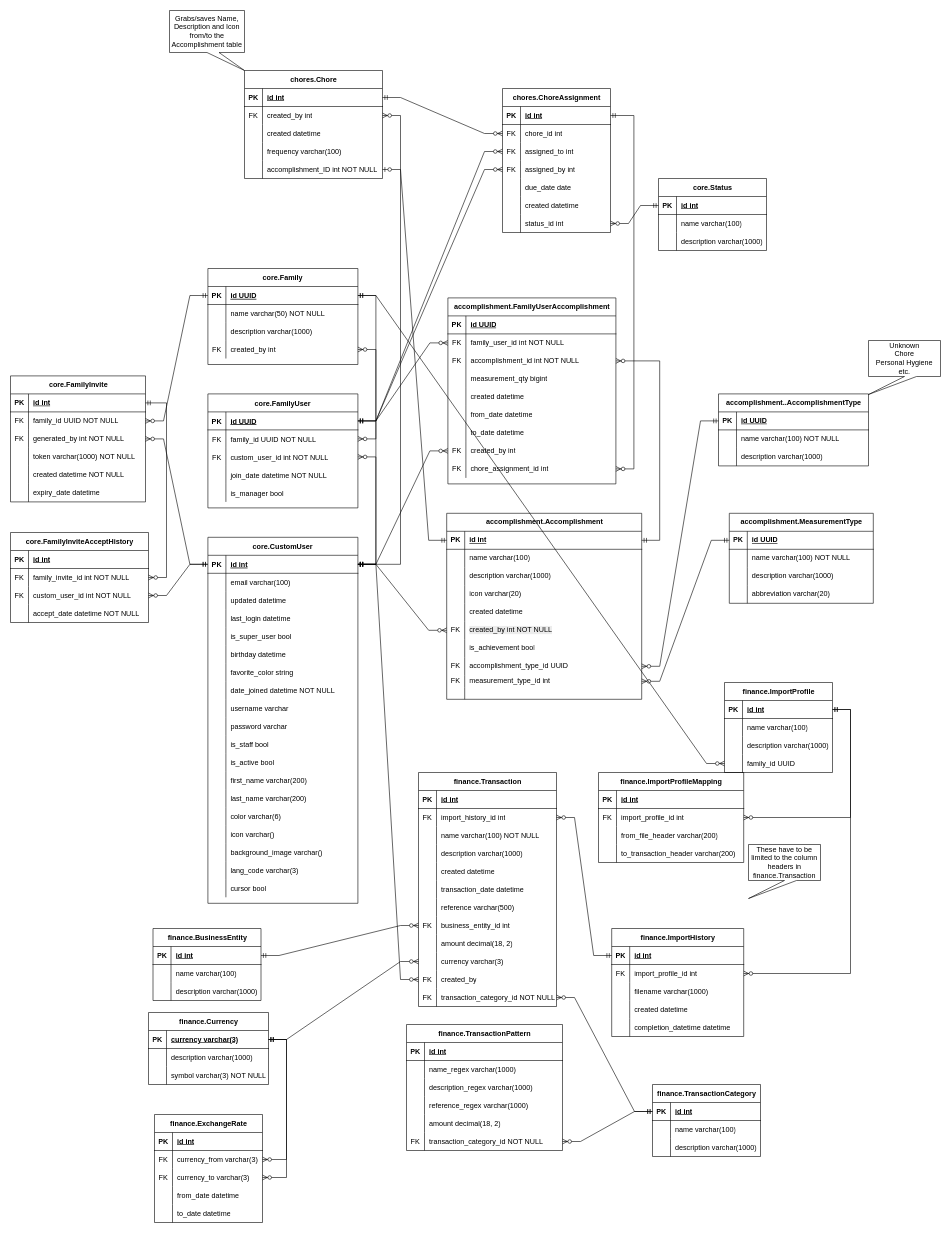
Above: documentation/erds/FamilyThingsERD.drawio in WimpieRatte/FamilyThings (draw.io), before the change. Source tidied: cells renumbered, new cells numbered last; positions are measured from the earlier drawing's top-left corner, leaving out a move shared by most shapes. Both pictures are drawn from the tidied source at 60%, with x=0, y=0 at pixel (10, 10).
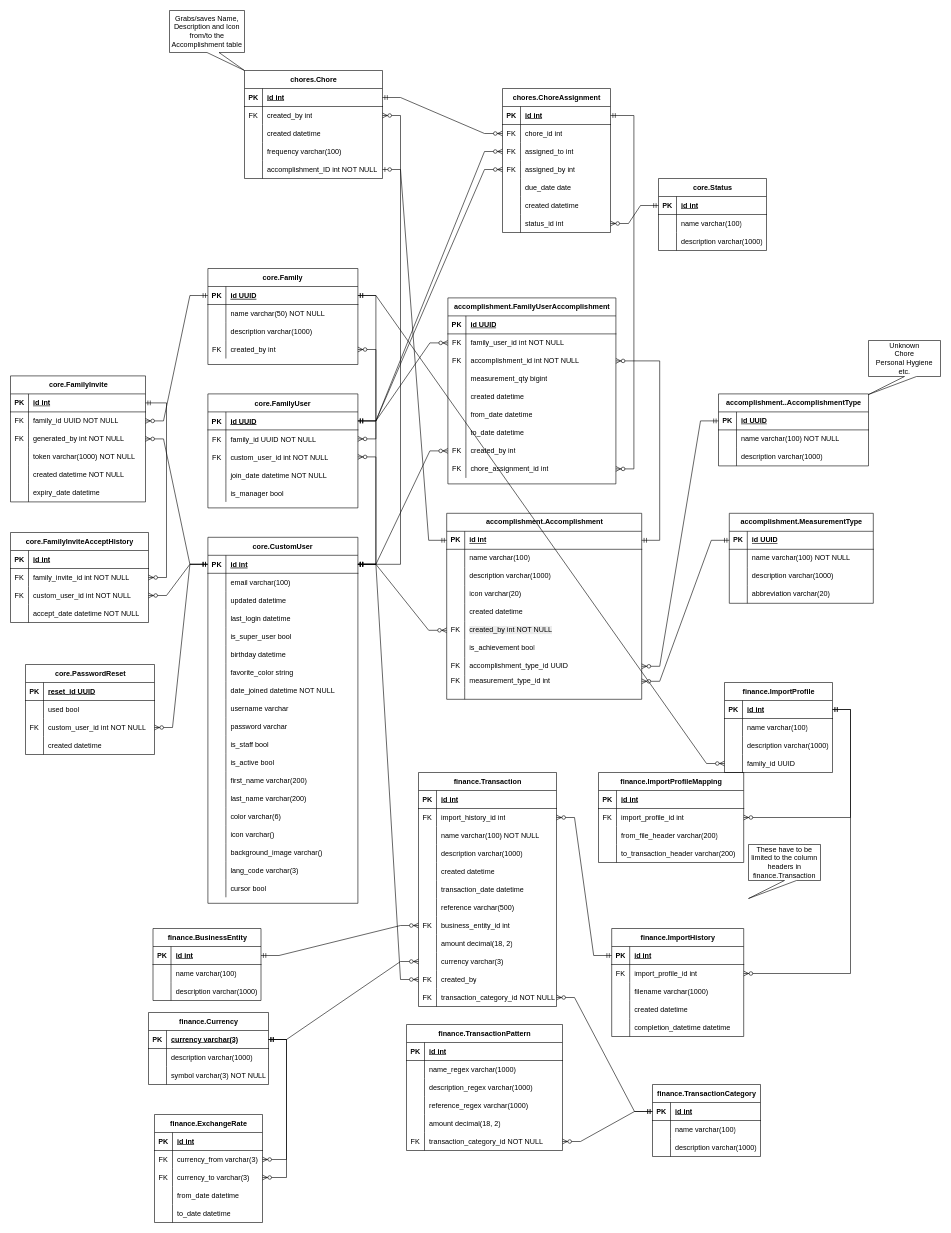
The same diagram, later.

Unchanged cells that the change refers to:
```xml
<mxCell id="19" style="shape=partialRectangle;fillColor=none;points=[[0,0.5],[1,0.5]];portConstraint=eastwest;top=0;left=0;right=0;bottom=1;" parent="18" vertex="1">
  <mxGeometry y="30" width="250" height="30" as="geometry" />
</mxCell>
```

Change to the diagram source:
```diff
@@
+    <mxCell id="429" value="core.PasswordReset" style="shape=table;startSize=30;childLayout=tableLayout;rowLines=0;fontStyle=1;align=center;html=1;" parent="1" vertex="1">
+      <mxGeometry x="25" y="1090" width="215" height="150" as="geometry" />
+    </mxCell>
+    <mxCell id="430" style="shape=tableRow;horizontal=0;startSize=0;swimlaneHead=0;swimlaneBody=0;fillColor=none;top=0;left=0;right=0;bottom=1;" parent="429" vertex="1">
+      <mxGeometry y="30" width="215" height="30" as="geometry" />
+    </mxCell>
+    <mxCell id="431" value="PK" style="shape=partialRectangle;fillColor=none;top=0;left=0;bottom=0;right=0;fontStyle=1;overflow=hidden;whiteSpace=wrap;html=1;" parent="430" vertex="1">
+      <mxGeometry width="30" height="30" as="geometry" />
+    </mxCell>
+    <mxCell id="432" value="reset_id UUID" style="shape=partialRectangle;fillColor=none;top=0;left=0;bottom=0;right=0;align=left;spacingLeft=6;fontStyle=5;overflow=hidden;whiteSpace=wrap;html=1;" parent="430" vertex="1">
+      <mxGeometry x="30" width="185" height="30" as="geometry" />
+    </mxCell>
+    <mxCell id="433" style="shape=tableRow;horizontal=0;startSize=0;swimlaneHead=0;swimlaneBody=0;fillColor=none;top=0;left=0;right=0;bottom=0;" parent="429" vertex="1">
+      <mxGeometry y="60" width="215" height="30" as="geometry" />
+    </mxCell>
+    <mxCell id="434" style="shape=partialRectangle;fillColor=none;top=0;left=0;bottom=0;right=0;overflow=hidden;whiteSpace=wrap;html=1;" parent="433" vertex="1">
+      <mxGeometry width="30" height="30" as="geometry" />
+    </mxCell>
+    <mxCell id="435" value="used bool" style="shape=partialRectangle;fillColor=none;top=0;left=0;bottom=0;right=0;align=left;spacingLeft=6;overflow=hidden;whiteSpace=wrap;html=1;" parent="433" vertex="1">
+      <mxGeometry x="30" width="185" height="30" as="geometry" />
+    </mxCell>
+    <mxCell id="436" style="shape=tableRow;horizontal=0;startSize=0;swimlaneHead=0;swimlaneBody=0;fillColor=none;points=[[0,0.5],[1,0.5]];portConstraint=eastwest;top=0;left=0;right=0;bottom=0;" parent="429" vertex="1">
+      <mxGeometry y="90" width="215" height="30" as="geometry" />
+    </mxCell>
+    <mxCell id="437" value="FK" style="shape=partialRectangle;fillColor=none;top=0;left=0;bottom=0;right=0;overflow=hidden;whiteSpace=wrap;html=1;" parent="436" vertex="1">
+      <mxGeometry width="30" height="30" as="geometry" />
+    </mxCell>
+    <mxCell id="438" value="custom_user_id int NOT NULL" style="shape=partialRectangle;fillColor=none;top=0;left=0;bottom=0;right=0;align=left;spacingLeft=6;overflow=hidden;whiteSpace=wrap;html=1;" parent="436" vertex="1">
+      <mxGeometry x="30" width="185" height="30" as="geometry" />
+    </mxCell>
+    <mxCell id="439" style="shape=tableRow;horizontal=0;startSize=0;swimlaneHead=0;swimlaneBody=0;fillColor=none;top=0;left=0;right=0;bottom=0;" parent="429" vertex="1">
+      <mxGeometry y="120" width="215" height="30" as="geometry" />
+    </mxCell>
+    <mxCell id="440" style="shape=partialRectangle;fillColor=none;top=0;left=0;bottom=0;right=0;overflow=hidden;whiteSpace=wrap;html=1;" parent="439" vertex="1">
+      <mxGeometry width="30" height="30" as="geometry" />
+    </mxCell>
+    <mxCell id="441" value="created datetime" style="shape=partialRectangle;fillColor=none;top=0;left=0;bottom=0;right=0;align=left;spacingLeft=6;overflow=hidden;whiteSpace=wrap;html=1;" parent="439" vertex="1">
+      <mxGeometry x="30" width="185" height="30" as="geometry" />
+    </mxCell>
+    <mxCell id="442" style="edgeStyle=entityRelationEdgeStyle;fontSize=12;html=1;endArrow=ERzeroToMany;startArrow=ERmandOne;rounded=0;" parent="1" edge="1" source="19" target="436">
+      <mxGeometry relative="1" as="geometry" />
+    </mxCell>
```
